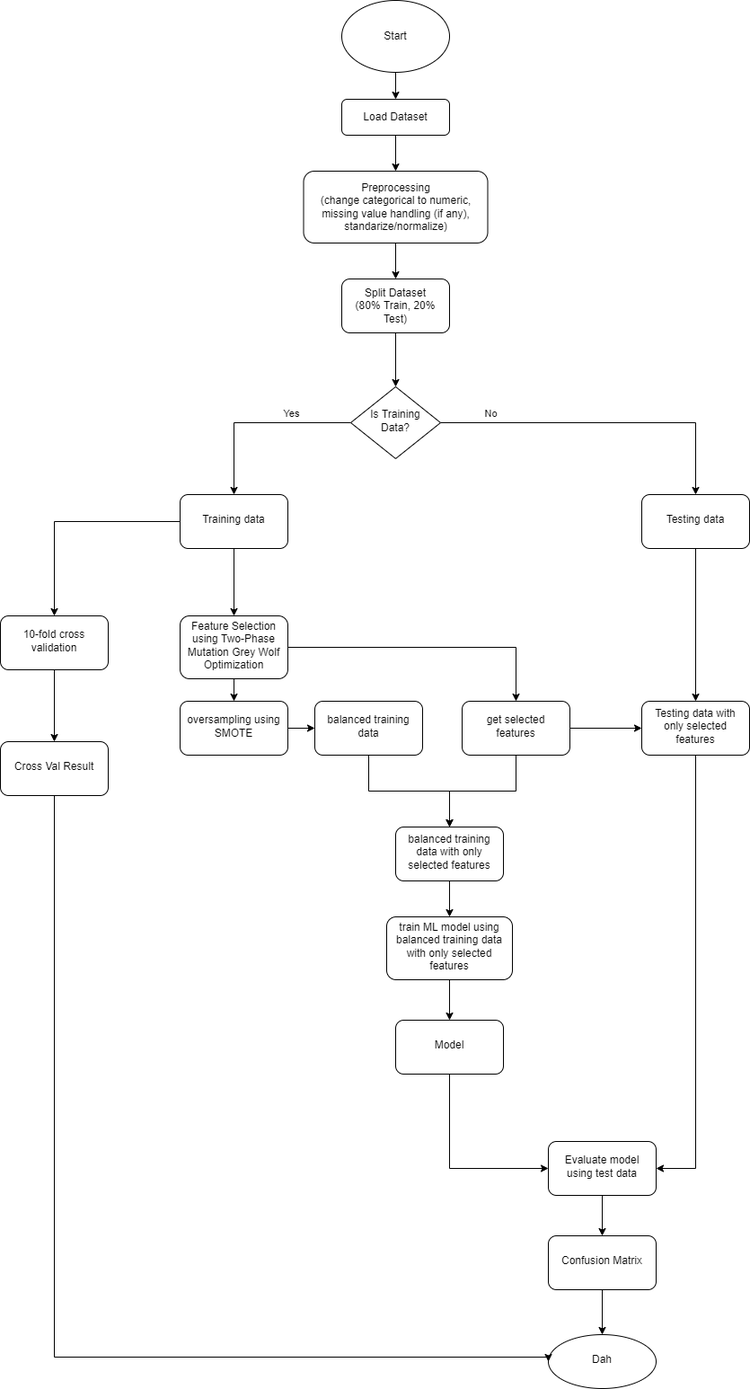
The draw.io diagram images/workflow.png in thansetan/streamlit-KNN-SMOTE-TMGWO, before a commit. Source tidied: cells renumbered, new cells last; positions are measured from the earlier drawing's top-left corner, leaving out a move shared by most shapes. Source of this version:
```xml
<mxGraphModel>
  <root>
    <mxCell id="0" />
    <mxCell id="1" parent="0" />
    <mxCell id="2" style="edgeStyle=orthogonalEdgeStyle;rounded=0;jettySize=auto;html=1;" parent="1" edge="1" source="3" target="14">
      <mxGeometry relative="1" as="geometry" />
    </mxCell>
    <mxCell id="3" value="Load Dataset" style="rounded=1;whiteSpace=wrap;html=1;fontSize=12;glass=0;strokeWidth=1;shadow=0;" parent="1" vertex="1">
      <mxGeometry x="380" y="110" width="120" height="40" as="geometry" />
    </mxCell>
    <mxCell id="4" style="edgeStyle=orthogonalEdgeStyle;rounded=0;jettySize=auto;html=1;" parent="1" edge="1" source="8" target="27">
      <mxGeometry relative="1" as="geometry" />
    </mxCell>
    <mxCell id="5" value="No&lt;br&gt;" style="edgeLabel;html=1;align=center;verticalAlign=middle;" parent="4" vertex="1">
      <mxGeometry x="-0.7" y="3" relative="1" as="geometry">
        <mxPoint y="-7" as="offset" />
      </mxGeometry>
    </mxCell>
    <mxCell id="6" style="edgeStyle=orthogonalEdgeStyle;rounded=0;jettySize=auto;html=1;" parent="1" edge="1" source="8" target="30">
      <mxGeometry relative="1" as="geometry" />
    </mxCell>
    <mxCell id="7" value="Yes" style="edgeLabel;html=1;align=center;verticalAlign=middle;" parent="6" vertex="1">
      <mxGeometry x="-0.37" relative="1" as="geometry">
        <mxPoint y="-10" as="offset" />
      </mxGeometry>
    </mxCell>
    <mxCell id="8" value="Is Training Data?" style="rhombus;whiteSpace=wrap;html=1;shadow=0;fontFamily=Helvetica;fontSize=12;align=center;strokeWidth=1;spacing=6;spacingTop=-4;" parent="1" vertex="1">
      <mxGeometry x="390" y="430" width="100" height="80" as="geometry" />
    </mxCell>
    <mxCell id="9" style="edgeStyle=orthogonalEdgeStyle;rounded=0;jettySize=auto;html=1;" parent="1" edge="1" source="10" target="3">
      <mxGeometry relative="1" as="geometry" />
    </mxCell>
    <mxCell id="10" value="Start" style="ellipse;whiteSpace=wrap;html=1;" parent="1" vertex="1">
      <mxGeometry x="380" width="120" height="80" as="geometry" />
    </mxCell>
    <mxCell id="11" style="edgeStyle=orthogonalEdgeStyle;rounded=0;jettySize=auto;html=1;" parent="1" edge="1" source="12" target="8">
      <mxGeometry relative="1" as="geometry" />
    </mxCell>
    <mxCell id="12" value="Split Dataset&lt;br&gt;(80% Train, 20% Test)" style="whiteSpace=wrap;html=1;rounded=1;glass=0;strokeWidth=1;shadow=0;" parent="1" vertex="1">
      <mxGeometry x="380" y="310" width="120" height="60" as="geometry" />
    </mxCell>
    <mxCell id="13" style="edgeStyle=orthogonalEdgeStyle;rounded=0;jettySize=auto;html=1;" parent="1" edge="1" source="14" target="12">
      <mxGeometry relative="1" as="geometry" />
    </mxCell>
    <mxCell id="14" value="Preprocessing&lt;br&gt;(change categorical to numeric, missing value handling (if any), standarize/normalize)" style="rounded=1;whiteSpace=wrap;html=1;fontSize=12;glass=0;strokeWidth=1;shadow=0;" parent="1" vertex="1">
      <mxGeometry x="337.5" y="190" width="205" height="80" as="geometry" />
    </mxCell>
    <mxCell id="15" style="edgeStyle=orthogonalEdgeStyle;rounded=0;jettySize=auto;html=1;" parent="1" edge="1" source="17" target="19">
      <mxGeometry relative="1" as="geometry" />
    </mxCell>
    <mxCell id="16" style="edgeStyle=orthogonalEdgeStyle;rounded=0;jettySize=auto;html=1;" parent="1" edge="1" source="17" target="40">
      <mxGeometry relative="1" as="geometry" />
    </mxCell>
    <mxCell id="17" value="Feature Selection using Two-Phase Mutation Grey Wolf Optimization" style="rounded=1;whiteSpace=wrap;html=1;shadow=0;strokeWidth=1;spacing=6;spacingTop=-4;" parent="1" vertex="1">
      <mxGeometry x="200" y="685" width="120" height="70" as="geometry" />
    </mxCell>
    <mxCell id="18" style="edgeStyle=orthogonalEdgeStyle;rounded=0;jettySize=auto;html=1;" parent="1" edge="1" source="19" target="42">
      <mxGeometry relative="1" as="geometry" />
    </mxCell>
    <mxCell id="19" value="oversampling using SMOTE" style="rounded=1;whiteSpace=wrap;html=1;shadow=0;strokeWidth=1;spacing=6;spacingTop=-4;" parent="1" vertex="1">
      <mxGeometry x="200" y="780" width="120" height="60" as="geometry" />
    </mxCell>
    <mxCell id="20" style="edgeStyle=orthogonalEdgeStyle;rounded=0;jettySize=auto;html=1;" parent="1" edge="1" source="21" target="23">
      <mxGeometry relative="1" as="geometry" />
    </mxCell>
    <mxCell id="21" value="train ML model using balanced training data with only selected features" style="whiteSpace=wrap;html=1;rounded=1;shadow=0;strokeWidth=1;spacing=6;spacingTop=-4;" parent="1" vertex="1">
      <mxGeometry x="430" y="1020" width="140" height="70" as="geometry" />
    </mxCell>
    <mxCell id="22" style="edgeStyle=orthogonalEdgeStyle;rounded=0;jettySize=auto;html=1;entryX=0;entryY=0.5;entryDx=0;entryDy=0;" parent="1" edge="1" source="23" target="25">
      <mxGeometry relative="1" as="geometry">
        <Array as="points">
          <mxPoint x="500" y="1300" />
        </Array>
      </mxGeometry>
    </mxCell>
    <mxCell id="23" value="Model" style="whiteSpace=wrap;html=1;rounded=1;shadow=0;strokeWidth=1;spacing=6;spacingTop=-4;" parent="1" vertex="1">
      <mxGeometry x="440" y="1135" width="120" height="60" as="geometry" />
    </mxCell>
    <mxCell id="24" style="edgeStyle=orthogonalEdgeStyle;rounded=0;jettySize=auto;html=1;" parent="1" edge="1" source="25" target="32">
      <mxGeometry relative="1" as="geometry" />
    </mxCell>
    <mxCell id="25" value="Evaluate model using test data" style="whiteSpace=wrap;html=1;rounded=1;shadow=0;strokeWidth=1;spacing=6;spacingTop=-4;" parent="1" vertex="1">
      <mxGeometry x="610" y="1270" width="120" height="60" as="geometry" />
    </mxCell>
    <mxCell id="26" style="edgeStyle=orthogonalEdgeStyle;rounded=0;jettySize=auto;html=1;" parent="1" edge="1" source="27" target="46">
      <mxGeometry relative="1" as="geometry" />
    </mxCell>
    <mxCell id="27" value="Testing data" style="rounded=1;whiteSpace=wrap;html=1;shadow=0;strokeWidth=1;spacing=6;spacingTop=-4;" parent="1" vertex="1">
      <mxGeometry x="714" y="550" width="120" height="60" as="geometry" />
    </mxCell>
    <mxCell id="28" style="edgeStyle=orthogonalEdgeStyle;rounded=0;jettySize=auto;html=1;" parent="1" edge="1" source="30" target="35">
      <mxGeometry relative="1" as="geometry" />
    </mxCell>
    <mxCell id="29" style="edgeStyle=orthogonalEdgeStyle;rounded=0;jettySize=auto;html=1;exitX=0.5;exitY=1;exitDx=0;exitDy=0;entryX=0.5;entryY=0;entryDx=0;entryDy=0;" parent="1" edge="1" source="30" target="17">
      <mxGeometry relative="1" as="geometry" />
    </mxCell>
    <mxCell id="30" value="Training data" style="rounded=1;whiteSpace=wrap;html=1;shadow=0;strokeWidth=1;spacing=6;spacingTop=-4;" parent="1" vertex="1">
      <mxGeometry x="200" y="550" width="120" height="60" as="geometry" />
    </mxCell>
    <mxCell id="31" style="edgeStyle=orthogonalEdgeStyle;rounded=0;jettySize=auto;html=1;" parent="1" edge="1" source="32" target="33">
      <mxGeometry relative="1" as="geometry" />
    </mxCell>
    <mxCell id="32" value="Confusion Matrix" style="whiteSpace=wrap;html=1;rounded=1;shadow=0;strokeWidth=1;spacing=6;spacingTop=-4;" parent="1" vertex="1">
      <mxGeometry x="610" y="1375" width="120" height="60" as="geometry" />
    </mxCell>
    <mxCell id="33" value="Dah" style="ellipse;whiteSpace=wrap;html=1;rounded=1;shadow=0;strokeWidth=1;spacing=6;spacingTop=-4;" parent="1" vertex="1">
      <mxGeometry x="610" y="1485" width="120" height="60" as="geometry" />
    </mxCell>
    <mxCell id="34" style="edgeStyle=orthogonalEdgeStyle;rounded=0;jettySize=auto;html=1;" parent="1" edge="1" source="35" target="37">
      <mxGeometry relative="1" as="geometry" />
    </mxCell>
    <mxCell id="35" value="10-fold cross validation" style="whiteSpace=wrap;html=1;rounded=1;shadow=0;strokeWidth=1;spacing=6;spacingTop=-4;" parent="1" vertex="1">
      <mxGeometry y="685" width="120" height="60" as="geometry" />
    </mxCell>
    <mxCell id="36" style="edgeStyle=orthogonalEdgeStyle;rounded=0;jettySize=auto;html=1;entryX=0;entryY=0.5;entryDx=0;entryDy=0;" parent="1" edge="1" source="37" target="33">
      <mxGeometry relative="1" as="geometry">
        <Array as="points">
          <mxPoint x="60" y="1510" />
          <mxPoint x="610" y="1510" />
        </Array>
      </mxGeometry>
    </mxCell>
    <mxCell id="37" value="Cross Val Result" style="whiteSpace=wrap;html=1;rounded=1;shadow=0;strokeWidth=1;spacing=6;spacingTop=-4;" parent="1" vertex="1">
      <mxGeometry y="825" width="120" height="60" as="geometry" />
    </mxCell>
    <mxCell id="38" style="edgeStyle=orthogonalEdgeStyle;rounded=0;jettySize=auto;html=1;exitX=0.5;exitY=1;exitDx=0;exitDy=0;entryX=0.5;entryY=0;entryDx=0;entryDy=0;" parent="1" edge="1" source="40" target="44">
      <mxGeometry relative="1" as="geometry" />
    </mxCell>
    <mxCell id="39" style="edgeStyle=orthogonalEdgeStyle;rounded=0;jettySize=auto;html=1;" parent="1" edge="1" source="40" target="46">
      <mxGeometry relative="1" as="geometry" />
    </mxCell>
    <mxCell id="40" value="get selected features" style="whiteSpace=wrap;html=1;rounded=1;shadow=0;strokeWidth=1;spacing=6;spacingTop=-4;" parent="1" vertex="1">
      <mxGeometry x="514" y="780" width="120" height="60" as="geometry" />
    </mxCell>
    <mxCell id="41" style="edgeStyle=orthogonalEdgeStyle;rounded=0;jettySize=auto;html=1;" parent="1" edge="1" source="42" target="44">
      <mxGeometry relative="1" as="geometry" />
    </mxCell>
    <mxCell id="42" value="balanced training data" style="rounded=1;whiteSpace=wrap;html=1;shadow=0;strokeWidth=1;spacing=6;spacingTop=-4;" parent="1" vertex="1">
      <mxGeometry x="350" y="780" width="120" height="60" as="geometry" />
    </mxCell>
    <mxCell id="43" style="edgeStyle=orthogonalEdgeStyle;rounded=0;jettySize=auto;html=1;" parent="1" edge="1" source="44" target="21">
      <mxGeometry relative="1" as="geometry" />
    </mxCell>
    <mxCell id="44" value="balanced training data with only selected features" style="whiteSpace=wrap;html=1;rounded=1;shadow=0;strokeWidth=1;spacing=6;spacingTop=-4;" parent="1" vertex="1">
      <mxGeometry x="440" y="920" width="120" height="60" as="geometry" />
    </mxCell>
    <mxCell id="45" style="edgeStyle=orthogonalEdgeStyle;rounded=0;jettySize=auto;html=1;exitX=0.5;exitY=1;exitDx=0;exitDy=0;entryX=1;entryY=0.5;entryDx=0;entryDy=0;" parent="1" edge="1" source="46" target="25">
      <mxGeometry relative="1" as="geometry" />
    </mxCell>
    <mxCell id="46" value="Testing data with only selected features" style="whiteSpace=wrap;html=1;rounded=1;shadow=0;strokeWidth=1;spacing=6;spacingTop=-4;" parent="1" vertex="1">
      <mxGeometry x="714" y="780" width="120" height="60" as="geometry" />
    </mxCell>
  </root>
</mxGraphModel>
```
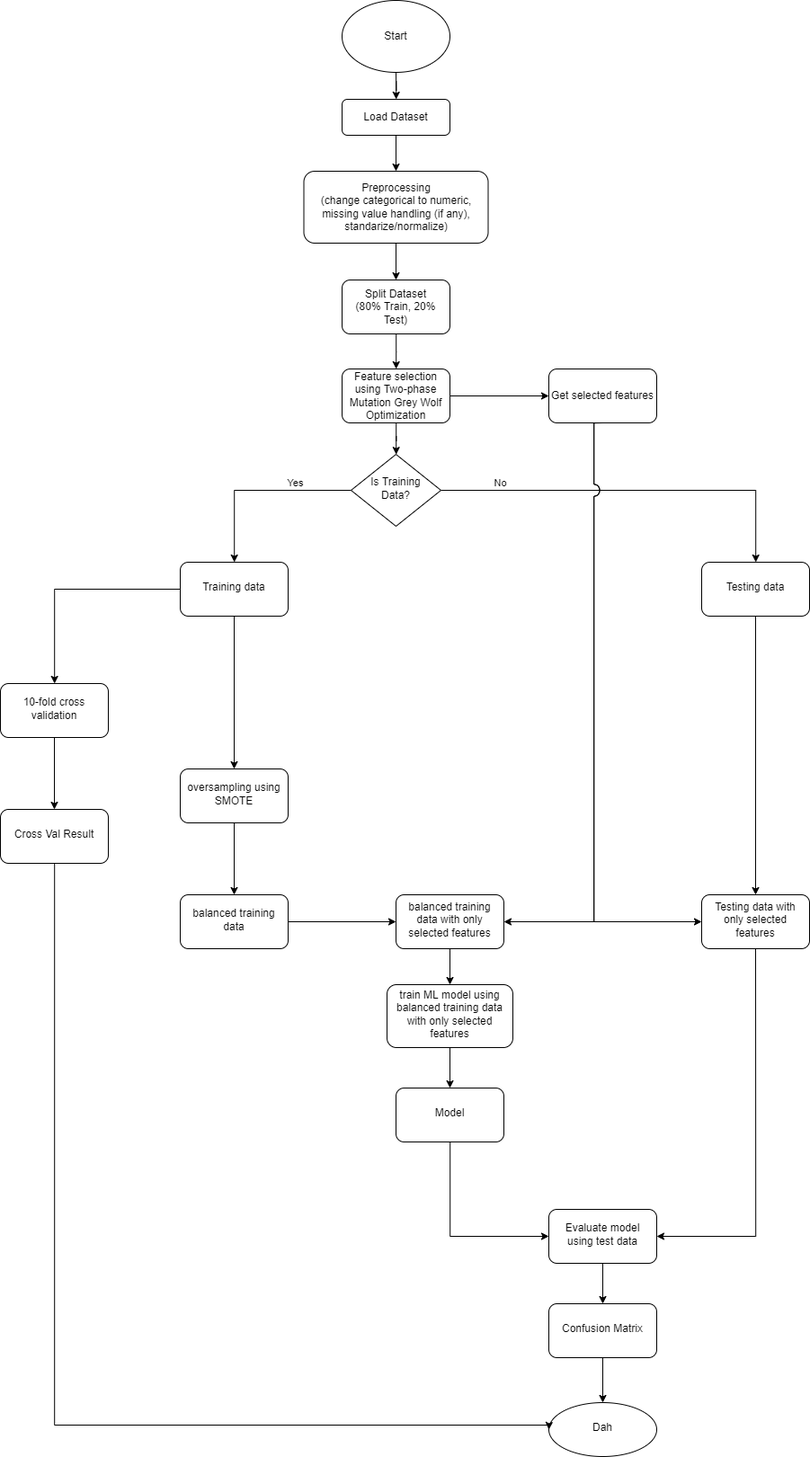
Later version of the same file.

What changed in the source:
```diff
@@ -6,9 +6,9 @@
       <mxGeometry relative="1" as="geometry" />
     </mxCell>
     <mxCell id="3" value="Load Dataset" style="rounded=1;whiteSpace=wrap;html=1;fontSize=12;glass=0;strokeWidth=1;shadow=0;" parent="1" vertex="1">
-      <mxGeometry x="380" y="110" width="120" height="40" as="geometry" />
+      <mxGeometry x="380" y="35" width="120" height="40" as="geometry" />
     </mxCell>
-    <mxCell id="4" style="edgeStyle=orthogonalEdgeStyle;rounded=0;jettySize=auto;html=1;" parent="1" edge="1" source="8" target="27">
+    <mxCell id="4" style="edgeStyle=orthogonalEdgeStyle;rounded=0;jettySize=auto;html=1;jumpStyle=arc;" parent="1" edge="1" source="8" target="27">
       <mxGeometry relative="1" as="geometry" />
     </mxCell>
     <mxCell id="5" value="No&lt;br&gt;" style="edgeLabel;html=1;align=center;verticalAlign=middle;" parent="4" vertex="1">
@@ -31,29 +31,20 @@
       <mxGeometry relative="1" as="geometry" />
     </mxCell>
     <mxCell id="10" value="Start" style="ellipse;whiteSpace=wrap;html=1;" parent="1" vertex="1">
-      <mxGeometry x="380" width="120" height="80" as="geometry" />
+      <mxGeometry x="380" y="-75" width="120" height="80" as="geometry" />
     </mxCell>
-    <mxCell id="11" style="edgeStyle=orthogonalEdgeStyle;rounded=0;jettySize=auto;html=1;" parent="1" edge="1" source="12" target="8">
-      <mxGeometry relative="1" as="geometry" />
-    </mxCell>
+    <mxCell id="47" style="edgeStyle=orthogonalEdgeStyle;rounded=0;jettySize=auto;html=1;" parent="1" edge="1" source="12" target="51">
+      <mxGeometry relative="1" as="geometry" />
+    </mxCell>
     <mxCell id="12" value="Split Dataset&lt;br&gt;(80% Train, 20% Test)" style="whiteSpace=wrap;html=1;rounded=1;glass=0;strokeWidth=1;shadow=0;" parent="1" vertex="1">
-      <mxGeometry x="380" y="310" width="120" height="60" as="geometry" />
+      <mxGeometry x="380" y="236" width="120" height="60" as="geometry" />
     </mxCell>
     <mxCell id="13" style="edgeStyle=orthogonalEdgeStyle;rounded=0;jettySize=auto;html=1;" parent="1" edge="1" source="14" target="12">
       <mxGeometry relative="1" as="geometry" />
     </mxCell>
     <mxCell id="14" value="Preprocessing&lt;br&gt;(change categorical to numeric, missing value handling (if any), standarize/normalize)" style="rounded=1;whiteSpace=wrap;html=1;fontSize=12;glass=0;strokeWidth=1;shadow=0;" parent="1" vertex="1">
-      <mxGeometry x="337.5" y="190" width="205" height="80" as="geometry" />
+      <mxGeometry x="337.5" y="115" width="205" height="80" as="geometry" />
     </mxCell>
-    <mxCell id="15" style="edgeStyle=orthogonalEdgeStyle;rounded=0;jettySize=auto;html=1;" parent="1" edge="1" source="17" target="19">
-      <mxGeometry relative="1" as="geometry" />
-    </mxCell>
-    <mxCell id="16" style="edgeStyle=orthogonalEdgeStyle;rounded=0;jettySize=auto;html=1;" parent="1" edge="1" source="17" target="40">
-      <mxGeometry relative="1" as="geometry" />
-    </mxCell>
-    <mxCell id="17" value="Feature Selection using Two-Phase Mutation Grey Wolf Optimization" style="rounded=1;whiteSpace=wrap;html=1;shadow=0;strokeWidth=1;spacing=6;spacingTop=-4;" parent="1" vertex="1">
-      <mxGeometry x="200" y="685" width="120" height="70" as="geometry" />
-    </mxCell>
     <mxCell id="18" style="edgeStyle=orthogonalEdgeStyle;rounded=0;jettySize=auto;html=1;" parent="1" edge="1" source="19" target="42">
       <mxGeometry relative="1" as="geometry" />
     </mxCell>
@@ -86,14 +77,14 @@
       <mxGeometry relative="1" as="geometry" />
     </mxCell>
     <mxCell id="27" value="Testing data" style="rounded=1;whiteSpace=wrap;html=1;shadow=0;strokeWidth=1;spacing=6;spacingTop=-4;" parent="1" vertex="1">
-      <mxGeometry x="714" y="550" width="120" height="60" as="geometry" />
+      <mxGeometry x="780" y="550" width="120" height="60" as="geometry" />
     </mxCell>
     <mxCell id="28" style="edgeStyle=orthogonalEdgeStyle;rounded=0;jettySize=auto;html=1;" parent="1" edge="1" source="30" target="35">
       <mxGeometry relative="1" as="geometry" />
     </mxCell>
-    <mxCell id="29" style="edgeStyle=orthogonalEdgeStyle;rounded=0;jettySize=auto;html=1;exitX=0.5;exitY=1;exitDx=0;exitDy=0;entryX=0.5;entryY=0;entryDx=0;entryDy=0;" parent="1" edge="1" source="30" target="17">
-      <mxGeometry relative="1" as="geometry" />
-    </mxCell>
+    <mxCell id="48" style="edgeStyle=orthogonalEdgeStyle;rounded=0;jettySize=auto;html=1;exitX=0.5;exitY=1;exitDx=0;exitDy=0;" parent="1" edge="1" source="30" target="19">
+      <mxGeometry relative="1" as="geometry" />
+    </mxCell>
     <mxCell id="30" value="Training data" style="rounded=1;whiteSpace=wrap;html=1;shadow=0;strokeWidth=1;spacing=6;spacingTop=-4;" parent="1" vertex="1">
       <mxGeometry x="200" y="550" width="120" height="60" as="geometry" />
     </mxCell>
@@ -123,20 +114,11 @@
     <mxCell id="37" value="Cross Val Result" style="whiteSpace=wrap;html=1;rounded=1;shadow=0;strokeWidth=1;spacing=6;spacingTop=-4;" parent="1" vertex="1">
       <mxGeometry y="825" width="120" height="60" as="geometry" />
     </mxCell>
-    <mxCell id="38" style="edgeStyle=orthogonalEdgeStyle;rounded=0;jettySize=auto;html=1;exitX=0.5;exitY=1;exitDx=0;exitDy=0;entryX=0.5;entryY=0;entryDx=0;entryDy=0;" parent="1" edge="1" source="40" target="44">
-      <mxGeometry relative="1" as="geometry" />
-    </mxCell>
-    <mxCell id="39" style="edgeStyle=orthogonalEdgeStyle;rounded=0;jettySize=auto;html=1;" parent="1" edge="1" source="40" target="46">
-      <mxGeometry relative="1" as="geometry" />
-    </mxCell>
-    <mxCell id="40" value="get selected features" style="whiteSpace=wrap;html=1;rounded=1;shadow=0;strokeWidth=1;spacing=6;spacingTop=-4;" parent="1" vertex="1">
-      <mxGeometry x="514" y="780" width="120" height="60" as="geometry" />
-    </mxCell>
     <mxCell id="41" style="edgeStyle=orthogonalEdgeStyle;rounded=0;jettySize=auto;html=1;" parent="1" edge="1" source="42" target="44">
       <mxGeometry relative="1" as="geometry" />
     </mxCell>
     <mxCell id="42" value="balanced training data" style="rounded=1;whiteSpace=wrap;html=1;shadow=0;strokeWidth=1;spacing=6;spacingTop=-4;" parent="1" vertex="1">
-      <mxGeometry x="350" y="780" width="120" height="60" as="geometry" />
+      <mxGeometry x="200" y="920" width="120" height="60" as="geometry" />
     </mxCell>
     <mxCell id="43" style="edgeStyle=orthogonalEdgeStyle;rounded=0;jettySize=auto;html=1;" parent="1" edge="1" source="44" target="21">
       <mxGeometry relative="1" as="geometry" />
@@ -148,7 +130,36 @@
       <mxGeometry relative="1" as="geometry" />
     </mxCell>
     <mxCell id="46" value="Testing data with only selected features" style="whiteSpace=wrap;html=1;rounded=1;shadow=0;strokeWidth=1;spacing=6;spacingTop=-4;" parent="1" vertex="1">
-      <mxGeometry x="714" y="780" width="120" height="60" as="geometry" />
+      <mxGeometry x="780" y="920" width="120" height="60" as="geometry" />
     </mxCell>
+    <mxCell id="49" style="edgeStyle=orthogonalEdgeStyle;rounded=0;jettySize=auto;html=1;" parent="1" edge="1" source="51" target="8">
+      <mxGeometry relative="1" as="geometry" />
+    </mxCell>
+    <mxCell id="50" style="edgeStyle=orthogonalEdgeStyle;rounded=0;jettySize=auto;html=1;" parent="1" edge="1" source="51" target="54">
+      <mxGeometry relative="1" as="geometry" />
+    </mxCell>
+    <mxCell id="51" value="Feature selection using Two-phase Mutation Grey Wolf Optimization" style="whiteSpace=wrap;html=1;rounded=1;glass=0;strokeWidth=1;shadow=0;" parent="1" vertex="1">
+      <mxGeometry x="380" y="335" width="120" height="60" as="geometry" />
+    </mxCell>
+    <mxCell id="52" style="edgeStyle=orthogonalEdgeStyle;rounded=0;jettySize=auto;html=1;exitX=0.5;exitY=1;exitDx=0;exitDy=0;jumpStyle=arc;jumpSize=13;entryX=1;entryY=0.5;entryDx=0;entryDy=0;" parent="1" edge="1" target="44">
+      <mxGeometry relative="1" as="geometry">
+        <mxPoint x="640" y="390" as="sourcePoint" />
+        <Array as="points">
+          <mxPoint x="660" y="390" />
+          <mxPoint x="660" y="950" />
+        </Array>
+      </mxGeometry>
+    </mxCell>
+    <mxCell id="53" style="edgeStyle=orthogonalEdgeStyle;rounded=0;jettySize=auto;html=1;exitX=0.5;exitY=1;exitDx=0;exitDy=0;entryX=0;entryY=0.5;entryDx=0;entryDy=0;jumpStyle=arc;jumpSize=13;" parent="1" edge="1" source="54" target="46">
+      <mxGeometry relative="1" as="geometry">
+        <Array as="points">
+          <mxPoint x="660" y="395" />
+          <mxPoint x="660" y="950" />
+        </Array>
+      </mxGeometry>
+    </mxCell>
+    <mxCell id="54" value="Get selected features" style="whiteSpace=wrap;html=1;rounded=1;glass=0;strokeWidth=1;shadow=0;" parent="1" vertex="1">
+      <mxGeometry x="610" y="335" width="120" height="60" as="geometry" />
+    </mxCell>
   </root>
 </mxGraphModel>
```
